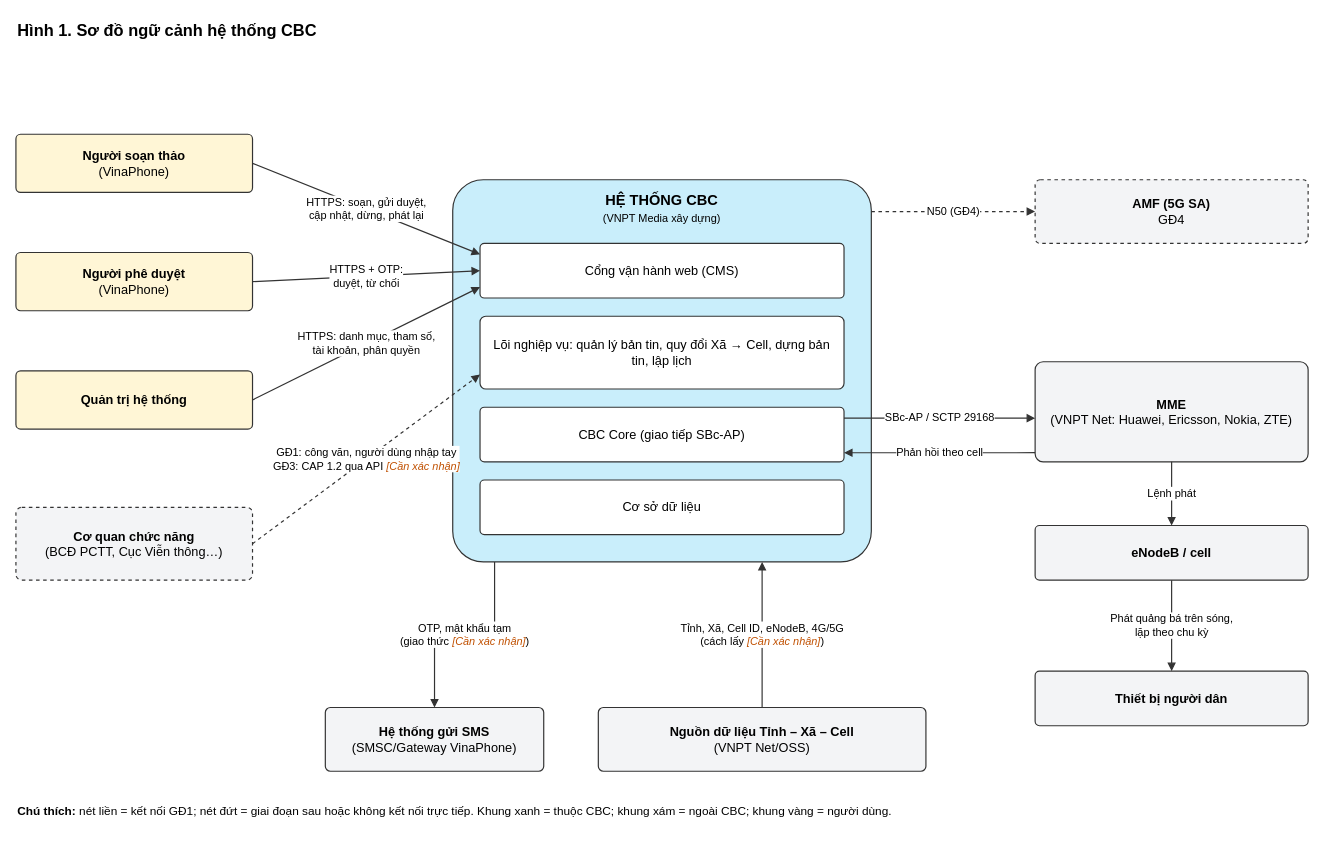
Earlier version of the draw.io diagram page "SRS-H1 Ngữ cảnh" (1 of 3) of srs/CBC_SRS_so-do.drawio (yenanna0804/cbc-demo). Source tidied: cells renumbered, new cells numbered last; positions are measured from the earlier drawing's top-left corner, leaving out a move shared by most shapes. Both pictures are drawn from the tidied source at 91%, with x=0, y=0 at pixel (15, 15).
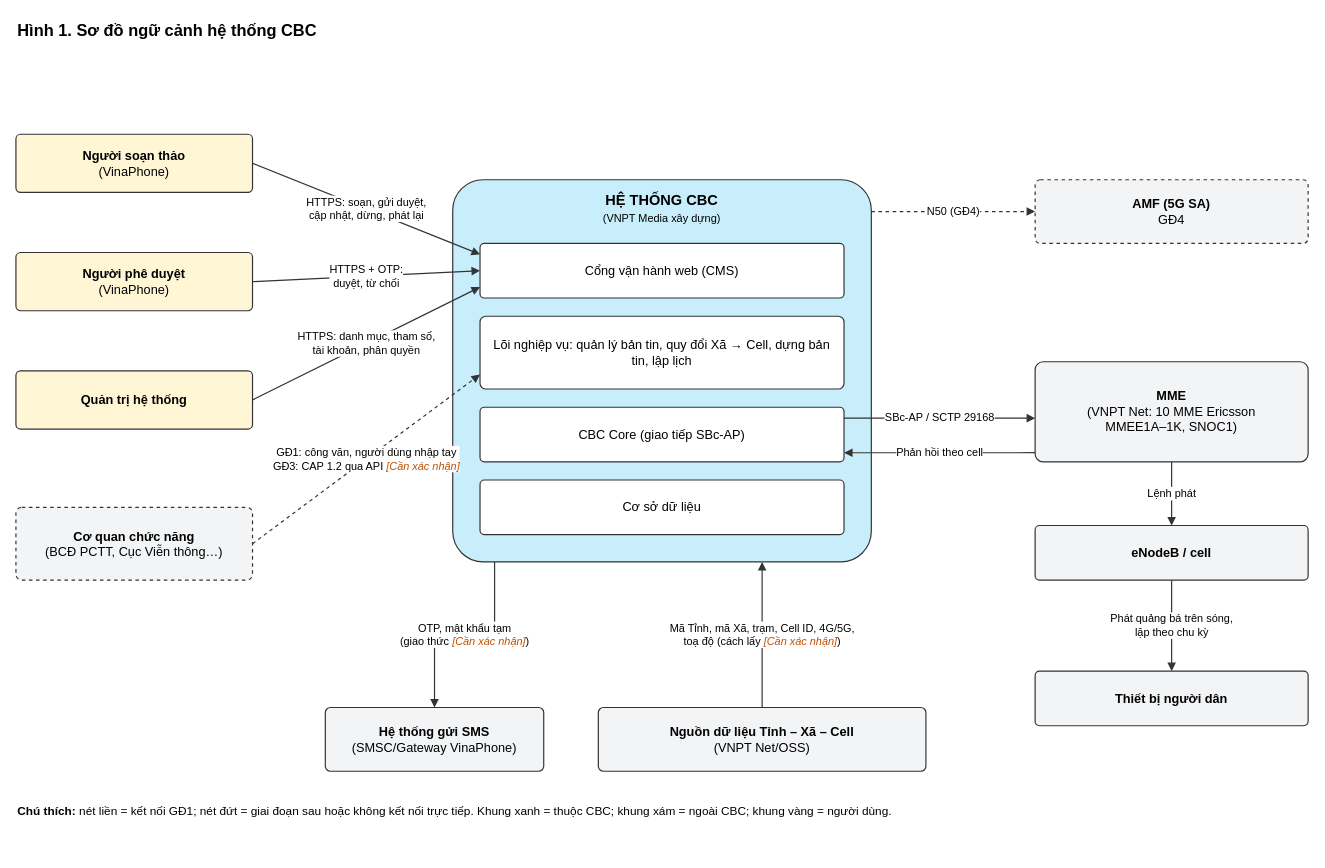
The same diagram, later.

Commit message (it also covers changes not shown here):
SRS H2: thêm thực thể Trạm, cập nhật Cell/MME theo LLD v2.0

Claude-Session: https://claude.ai/code/session_01FeLNp4ic6ftFr5ftakdFjx

Unchanged cells that the change refers to:
```xml
<mxCell id="3" value="&lt;b&gt;HỆ THỐNG CBC&lt;/b&gt;&lt;br&gt;&lt;span style=&quot;font-size:12px&quot;&gt;(VNPT Media xây dựng)&lt;/span&gt;" style="rounded=1;arcSize=8;whiteSpace=wrap;html=1;fontFamily=Arial;fontSize=16;fillColor=#C9EEFB;strokeColor=#333333;strokeWidth=1.3;align=center;verticalAlign=top;spacing=8;" parent="1" vertex="1">
  <mxGeometry x="480" y="180" width="460" height="420" as="geometry" />
</mxCell>
<mxCell id="26" value="&lt;b&gt;Nguồn dữ liệu Tỉnh – Xã – Cell&lt;/b&gt;&lt;br&gt;(VNPT Net/OSS)" style="rounded=1;arcSize=8;whiteSpace=wrap;html=1;fontFamily=Arial;fontSize=14;fillColor=#F3F4F6;strokeColor=#333333;strokeWidth=1.3;align=center;verticalAlign=middle;spacing=8;" parent="1" vertex="1">
  <mxGeometry x="640" y="760" width="360" height="70" as="geometry" />
</mxCell>
```

Diff of the diagram source:
```diff
@@
-    <mxCell id="16" value="&lt;b&gt;MME&lt;/b&gt;&lt;br&gt;(VNPT Net: Huawei, Ericsson, Nokia, ZTE)" style="rounded=1;arcSize=8;whiteSpace=wrap;html=1;fontFamily=Arial;fontSize=14;fillColor=#F3F4F6;strokeColor=#333333;strokeWidth=1.3;align=center;verticalAlign=middle;spacing=8;" parent="1" vertex="1">
+    <mxCell id="16" value="&lt;b&gt;MME&lt;/b&gt;&lt;br&gt;(VNPT Net: 10 MME Ericsson&lt;br&gt;MMEE1A–1K, SNOC1)" style="rounded=1;arcSize=8;whiteSpace=wrap;html=1;fontFamily=Arial;fontSize=14;fillColor=#F3F4F6;strokeColor=#333333;strokeWidth=1.3;align=center;verticalAlign=middle;spacing=8;" parent="1" vertex="1">
       <mxGeometry x="1120" y="380" width="300" height="110" as="geometry" />
     </mxCell>
@@
-    <mxCell id="28" value="Tỉnh, Xã, Cell ID, eNodeB, 4G/5G&lt;br&gt;(cách lấy &lt;i style=&quot;color:#C05000&quot;&gt;[Cần xác nhận]&lt;/i&gt;)" style="html=1;fontFamily=Arial;fontSize=12;endArrow=block;startArrow=none;endFill=1;strokeColor=#333333;strokeWidth=1.3;labelBackgroundColor=#FFFFFF;rounded=0;exitX=0.5;exitY=0;exitDx=0;exitDy=0;entryX=0.7391;entryY=1;entryDx=0;entryDy=0;" parent="1" edge="1" source="26" target="3">
+    <mxCell id="28" value="Mã Tỉnh, mã Xã, trạm, Cell ID, 4G/5G,&lt;br&gt;toạ độ (cách lấy &lt;i style=&quot;color:#C05000&quot;&gt;[Cần xác nhận]&lt;/i&gt;)" style="html=1;fontFamily=Arial;fontSize=12;endArrow=block;startArrow=none;endFill=1;strokeColor=#333333;strokeWidth=1.3;labelBackgroundColor=#FFFFFF;rounded=0;exitX=0.5;exitY=0;exitDx=0;exitDy=0;entryX=0.7391;entryY=1;entryDx=0;entryDy=0;" parent="1" edge="1" source="26" target="3">
       <mxGeometry relative="1" as="geometry" />
     </mxCell>
```
